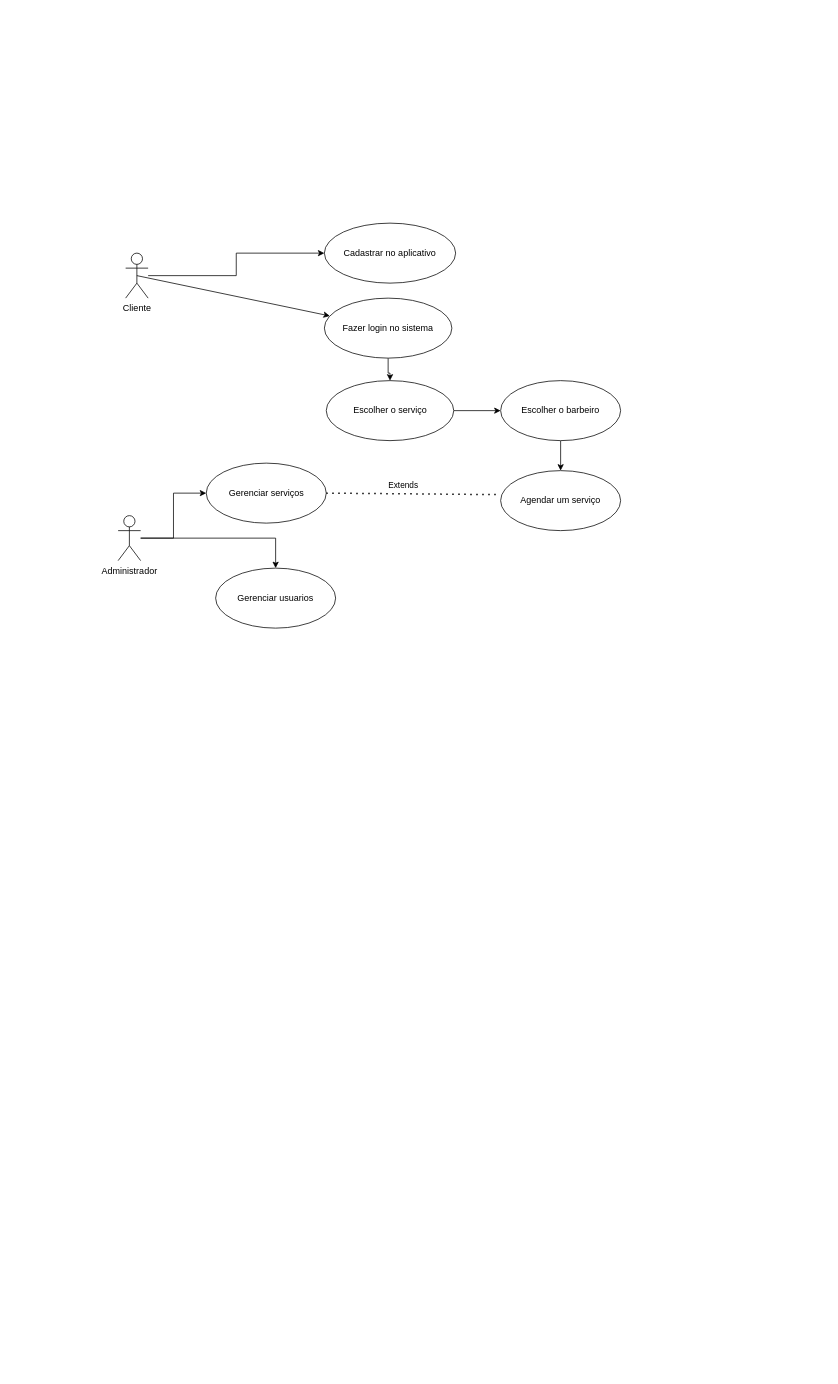
Earlier version of the draw.io diagram Diagrama sem nome.drawio (devWellRich/iCut). Source tidied: cells renumbered, new cells numbered last; positions are measured from the earlier drawing's top-left corner, leaving out a move shared by most shapes. Both pictures are drawn from the tidied source at 75%, with x=0, y=0 at pixel (118, 223).
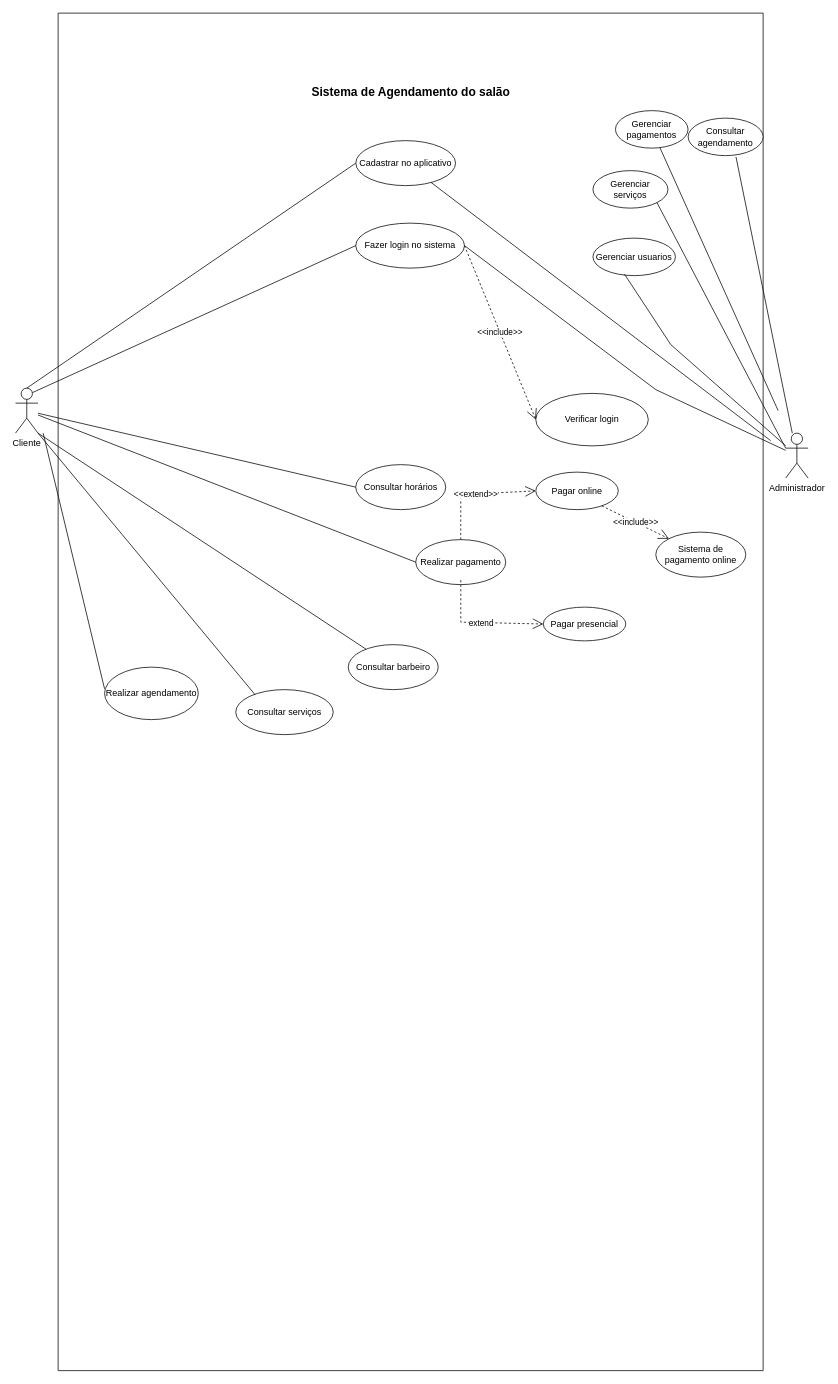
After the change.

What changed in the source:
```diff
@@
+    <mxCell id="3" value="Cliente" style="shape=umlActor;verticalLabelPosition=bottom;verticalAlign=top;html=1;outlineConnect=0;" parent="1" vertex="1">
+      <mxGeometry x="-136.8" y="220" width="30" height="60" as="geometry" />
+    </mxCell>
-    <mxCell id="2" style="edgeStyle=orthogonalEdgeStyle;rounded=0;jettySize=auto;html=1;" parent="1" edge="1" source="3" target="7">
+    <mxCell id="2" style="endArrow=none;html=1;rounded=0;entryX=0;entryY=0.5;entryDx=0;entryDy=0;exitX=0.5;exitY=0;exitDx=0;exitDy=0;exitPerimeter=0;" parent="1" edge="1" source="3" target="7">
       <mxGeometry relative="1" as="geometry" />
     </mxCell>
-    <mxCell id="3" value="Cliente" style="shape=umlActor;verticalLabelPosition=bottom;verticalAlign=top;html=1;outlineConnect=0;" parent="1" vertex="1">
-      <mxGeometry x="10" y="40" width="30" height="60" as="geometry" />
-    </mxCell>
-    <mxCell id="4" style="edgeStyle=orthogonalEdgeStyle;rounded=0;jettySize=auto;html=1;" parent="1" edge="1" source="6" target="16">
-      <mxGeometry relative="1" as="geometry" />
-    </mxCell>
+    <mxCell id="20" style="endArrow=none;html=1;rounded=0;exitX=0;exitY=0.413;exitDx=0;exitDy=0;exitPerimeter=0;" parent="1" edge="1" source="15">
+      <mxGeometry relative="1" as="geometry">
+        <mxPoint x="-100" y="280" as="targetPoint" />
+      </mxGeometry>
+    </mxCell>
+    <mxCell id="21" style="swimlane;startSize=0;" parent="1" vertex="1">
+      <mxGeometry x="-80" y="-280" width="940" height="1810" as="geometry" />
+    </mxCell>
+    <mxCell id="22" value="Verificar login" style="ellipse;whiteSpace=wrap;html=1;" parent="21" vertex="1">
+      <mxGeometry x="636.9" y="507" width="150" height="70" as="geometry" />
+    </mxCell>
+    <mxCell id="23" value="Realizar pagamento" style="ellipse;whiteSpace=wrap;html=1;" parent="21" vertex="1">
+      <mxGeometry x="476.8" y="702" width="120" height="60" as="geometry" />
+    </mxCell>
+    <mxCell id="24" value="Pagar online" style="ellipse;whiteSpace=wrap;html=1;" parent="21" vertex="1">
+      <mxGeometry x="636.9" y="612" width="110" height="50" as="geometry" />
+    </mxCell>
+    <mxCell id="25" value="Pagar presencial" style="ellipse;whiteSpace=wrap;html=1;" parent="21" vertex="1">
+      <mxGeometry x="646.9" y="792" width="110" height="45" as="geometry" />
+    </mxCell>
+    <mxCell id="26" value="&amp;lt;&amp;lt;extend&amp;gt;&amp;gt;" style="endArrow=open;endSize=12;dashed=1;html=1;rounded=0;entryX=0;entryY=0.5;entryDx=0;entryDy=0;exitX=0.5;exitY=0;exitDx=0;exitDy=0;" parent="21" edge="1" source="23" target="24">
+      <mxGeometry relative="1" as="geometry">
+        <Array as="points">
+          <mxPoint x="536.9" y="642" />
+        </Array>
+      </mxGeometry>
+    </mxCell>
+    <mxCell id="27" value="extend" style="endArrow=open;endSize=12;dashed=1;html=1;rounded=0;entryX=0;entryY=0.5;entryDx=0;entryDy=0;" parent="21" edge="1" target="25">
+      <mxGeometry relative="1" as="geometry">
+        <mxPoint x="536.9" y="756" as="sourcePoint" />
+        <Array as="points">
+          <mxPoint x="536.9" y="812" />
+        </Array>
+      </mxGeometry>
+    </mxCell>
+    <mxCell id="15" value="Realizar agendamento" style="ellipse;whiteSpace=wrap;html=1;" parent="21" vertex="1">
+      <mxGeometry x="61.9" y="872" width="125" height="70" as="geometry" />
+    </mxCell>
+    <mxCell id="12" value="Consultar serviços" style="ellipse;whiteSpace=wrap;html=1;" parent="21" vertex="1">
+      <mxGeometry x="236.8" y="902" width="130" height="60" as="geometry" />
+    </mxCell>
+    <mxCell id="14" value="Consultar barbeiro" style="ellipse;whiteSpace=wrap;html=1;" parent="21" vertex="1">
+      <mxGeometry x="386.8" y="842" width="120" height="60" as="geometry" />
+    </mxCell>
+    <mxCell id="28" value="Consultar horários" style="ellipse;whiteSpace=wrap;html=1;" parent="21" vertex="1">
+      <mxGeometry x="396.8" y="602" width="120" height="60" as="geometry" />
+    </mxCell>
+    <mxCell id="29" value="Sistema de pagamento online" style="ellipse;whiteSpace=wrap;html=1;" parent="21" vertex="1">
+      <mxGeometry x="796.9" y="692" width="120" height="60" as="geometry" />
+    </mxCell>
+    <mxCell id="30" value="&amp;lt;&amp;lt;include&amp;gt;&amp;gt;" style="endArrow=open;endSize=12;dashed=1;html=1;rounded=0;entryX=0;entryY=0;entryDx=0;entryDy=0;exitX=0.8;exitY=0.9;exitDx=0;exitDy=0;exitPerimeter=0;" parent="21" edge="1" source="24" target="29">
+      <mxGeometry relative="1" as="geometry" />
+    </mxCell>
+    <mxCell id="31" value="Consultar agendamento" style="ellipse;whiteSpace=wrap;html=1;" parent="21" vertex="1">
+      <mxGeometry x="840" y="140" width="100" height="50" as="geometry" />
+    </mxCell>
+    <mxCell id="17" value="Gerenciar serviços" style="ellipse;whiteSpace=wrap;html=1;" parent="21" vertex="1">
+      <mxGeometry x="713.1" y="210" width="100" height="50" as="geometry" />
+    </mxCell>
+    <mxCell id="16" value="Gerenciar usuarios" style="ellipse;whiteSpace=wrap;html=1;" parent="21" vertex="1">
+      <mxGeometry x="713.1" y="300" width="110" height="50" as="geometry" />
+    </mxCell>
+    <mxCell id="32" value="&lt;b&gt;&lt;font style=&quot;font-size: 16px;&quot;&gt;Sistema de Agendamento do salão&lt;/font&gt;&lt;/b&gt;" style="text;html=1;align=center;verticalAlign=middle;strokeColor=none;fillColor=none;" parent="21" vertex="1">
+      <mxGeometry x="325" y="90" width="290" height="30" as="geometry" />
+    </mxCell>
+    <mxCell id="7" value="Cadastrar no aplicativo" style="ellipse;whiteSpace=wrap;html=1;" parent="21" vertex="1">
+      <mxGeometry x="396.9" y="170" width="133" height="60" as="geometry" />
+    </mxCell>
+    <mxCell id="9" value="Fazer login no sistema" style="ellipse;whiteSpace=wrap;html=1;" parent="21" vertex="1">
+      <mxGeometry x="396.8" y="280" width="145" height="60" as="geometry" />
+    </mxCell>
+    <mxCell id="33" value="&amp;lt;&amp;lt;include&amp;gt;&amp;gt;" style="endArrow=open;endSize=12;dashed=1;html=1;rounded=0;entryX=0;entryY=0.5;entryDx=0;entryDy=0;exitX=1;exitY=0.5;exitDx=0;exitDy=0;" parent="21" edge="1" source="9" target="22">
+      <mxGeometry relative="1" as="geometry" />
+    </mxCell>
+    <mxCell id="34" value="Gerenciar pagamentos" style="ellipse;whiteSpace=wrap;html=1;" parent="21" vertex="1">
+      <mxGeometry x="743.1" y="130" width="96.8" height="50" as="geometry" />
+    </mxCell>
+    <mxCell id="10" style="endArrow=none;html=1;rounded=0;entryX=0;entryY=0.5;entryDx=0;entryDy=0;exitX=0.75;exitY=0.1;exitDx=0;exitDy=0;exitPerimeter=0;" parent="1" edge="1" source="3" target="9">
+      <mxGeometry relative="1" as="geometry" />
+    </mxCell>
+    <mxCell id="35" style="endArrow=none;html=1;rounded=0;entryX=0;entryY=0.5;entryDx=0;entryDy=0;" parent="1" edge="1" source="3" target="23">
+      <mxGeometry relative="1" as="geometry" />
+    </mxCell>
+    <mxCell id="6" value="Administrador" style="shape=umlActor;verticalLabelPosition=bottom;verticalAlign=top;html=1;outlineConnect=0;" parent="1" vertex="1">
+      <mxGeometry x="890" y="280" width="30" height="60" as="geometry" />
+    </mxCell>
+    <mxCell id="36" style="endArrow=none;html=1;rounded=0;entryX=0.638;entryY=1.033;entryDx=0;entryDy=0;entryPerimeter=0;" parent="1" edge="1" source="6" target="31">
+      <mxGeometry relative="1" as="geometry" />
+    </mxCell>
+    <mxCell id="37" style="endArrow=none;html=1;rounded=0;entryX=1;entryY=0.5;entryDx=0;entryDy=0;" parent="1" edge="1" source="6" target="9">
+      <mxGeometry relative="1" as="geometry">
+        <Array as="points">
+          <mxPoint x="716.9" y="222" />
+        </Array>
+      </mxGeometry>
+    </mxCell>
-    <mxCell id="5" style="edgeStyle=orthogonalEdgeStyle;rounded=0;jettySize=auto;html=1;" parent="1" edge="1" source="6" target="17">
+    <mxCell id="5" style="endArrow=none;html=1;rounded=0;entryX=1;entryY=1;entryDx=0;entryDy=0;exitX=0;exitY=0.3333333333333333;exitDx=0;exitDy=0;exitPerimeter=0;" parent="1" edge="1" source="6" target="17">
       <mxGeometry relative="1" as="geometry" />
     </mxCell>
-    <mxCell id="6" value="Administrador" style="shape=umlActor;verticalLabelPosition=bottom;verticalAlign=top;html=1;outlineConnect=0;" parent="1" vertex="1">
-      <mxGeometry y="390" width="30" height="60" as="geometry" />
-    </mxCell>
-    <mxCell id="7" value="Cadastrar no aplicativo" style="ellipse;whiteSpace=wrap;html=1;" parent="1" vertex="1">
-      <mxGeometry x="275" width="175" height="80" as="geometry" />
-    </mxCell>
-    <mxCell id="8" style="edgeStyle=orthogonalEdgeStyle;rounded=0;jettySize=auto;html=1;" parent="1" edge="1" source="9" target="12">
-      <mxGeometry relative="1" as="geometry" />
-    </mxCell>
-    <mxCell id="9" value="Fazer login no sistema" style="ellipse;whiteSpace=wrap;html=1;" parent="1" vertex="1">
-      <mxGeometry x="275" y="100" width="170" height="80" as="geometry" />
-    </mxCell>
-    <mxCell id="10" style="endArrow=classic;html=1;rounded=0;exitX=0.5;exitY=0.5;exitDx=0;exitDy=0;exitPerimeter=0;" parent="1" edge="1" source="3" target="9">
-      <mxGeometry relative="1" as="geometry" />
-    </mxCell>
-    <mxCell id="11" style="edgeStyle=orthogonalEdgeStyle;rounded=0;jettySize=auto;html=1;" parent="1" edge="1" source="12" target="14">
-      <mxGeometry relative="1" as="geometry" />
-    </mxCell>
-    <mxCell id="12" value="Escolher o serviço" style="ellipse;whiteSpace=wrap;html=1;" parent="1" vertex="1">
-      <mxGeometry x="277.5" y="210" width="170" height="80" as="geometry" />
-    </mxCell>
-    <mxCell id="13" style="edgeStyle=orthogonalEdgeStyle;rounded=0;jettySize=auto;html=1;" parent="1" edge="1" source="14" target="15">
-      <mxGeometry relative="1" as="geometry" />
-    </mxCell>
-    <mxCell id="14" value="Escolher o barbeiro" style="ellipse;whiteSpace=wrap;html=1;" parent="1" vertex="1">
-      <mxGeometry x="510" y="210" width="160" height="80" as="geometry" />
-    </mxCell>
-    <mxCell id="15" value="Agendar um serviço" style="ellipse;whiteSpace=wrap;html=1;" parent="1" vertex="1">
-      <mxGeometry x="510" y="330" width="160" height="80" as="geometry" />
-    </mxCell>
-    <mxCell id="16" value="Gerenciar usuarios" style="ellipse;whiteSpace=wrap;html=1;" parent="1" vertex="1">
-      <mxGeometry x="130" y="460" width="160" height="80" as="geometry" />
-    </mxCell>
-    <mxCell id="17" value="Gerenciar serviços" style="ellipse;whiteSpace=wrap;html=1;" parent="1" vertex="1">
-      <mxGeometry x="117.5" y="320" width="160" height="80" as="geometry" />
-    </mxCell>
-    <mxCell id="18" style="endArrow=none;dashed=1;html=1;dashPattern=1 3;strokeWidth=2;rounded=0;exitX=1;exitY=0.5;exitDx=0;exitDy=0;entryX=-0.025;entryY=0.4;entryDx=0;entryDy=0;entryPerimeter=0;" parent="1" edge="1" source="17" target="15">
-      <mxGeometry relative="1" as="geometry" />
-    </mxCell>
-    <mxCell id="19" value="Extends" style="edgeLabel;html=1;align=center;verticalAlign=middle;" parent="18" vertex="1">
-      <mxGeometry x="-0.13" y="-1" relative="1" as="geometry">
-        <mxPoint x="3" y="-12" as="offset" />
-      </mxGeometry>
-    </mxCell>
+    <mxCell id="38" style="endArrow=none;html=1;rounded=0;exitX=0.382;exitY=0.96;exitDx=0;exitDy=0;exitPerimeter=0;" parent="1" edge="1" source="16" target="6">
+      <mxGeometry relative="1" as="geometry">
+        <Array as="points">
+          <mxPoint x="736.9" y="162" />
+        </Array>
+      </mxGeometry>
+    </mxCell>
+    <mxCell id="39" style="endArrow=none;html=1;rounded=0;entryX=0;entryY=0.5;entryDx=0;entryDy=0;" parent="1" edge="1" source="3" target="28">
+      <mxGeometry relative="1" as="geometry" />
+    </mxCell>
+    <mxCell id="40" style="endArrow=none;html=1;rounded=0;exitX=1;exitY=1;exitDx=0;exitDy=0;exitPerimeter=0;" parent="1" edge="1" source="3" target="14">
+      <mxGeometry relative="1" as="geometry" />
+    </mxCell>
+    <mxCell id="41" style="endArrow=none;html=1;rounded=0;entryX=0.2;entryY=0.117;entryDx=0;entryDy=0;entryPerimeter=0;exitX=1;exitY=1;exitDx=0;exitDy=0;exitPerimeter=0;" parent="1" edge="1" source="3" target="12">
+      <mxGeometry relative="1" as="geometry" />
+    </mxCell>
+    <mxCell id="42" style="endArrow=none;html=1;rounded=0;" parent="1" edge="1" target="7">
+      <mxGeometry relative="1" as="geometry">
+        <mxPoint x="870" y="290" as="sourcePoint" />
+      </mxGeometry>
+    </mxCell>
+    <mxCell id="43" style="endArrow=none;html=1;rounded=0;" parent="1" edge="1" target="34">
+      <mxGeometry relative="1" as="geometry">
+        <mxPoint x="880" y="250" as="sourcePoint" />
+      </mxGeometry>
+    </mxCell>
```
